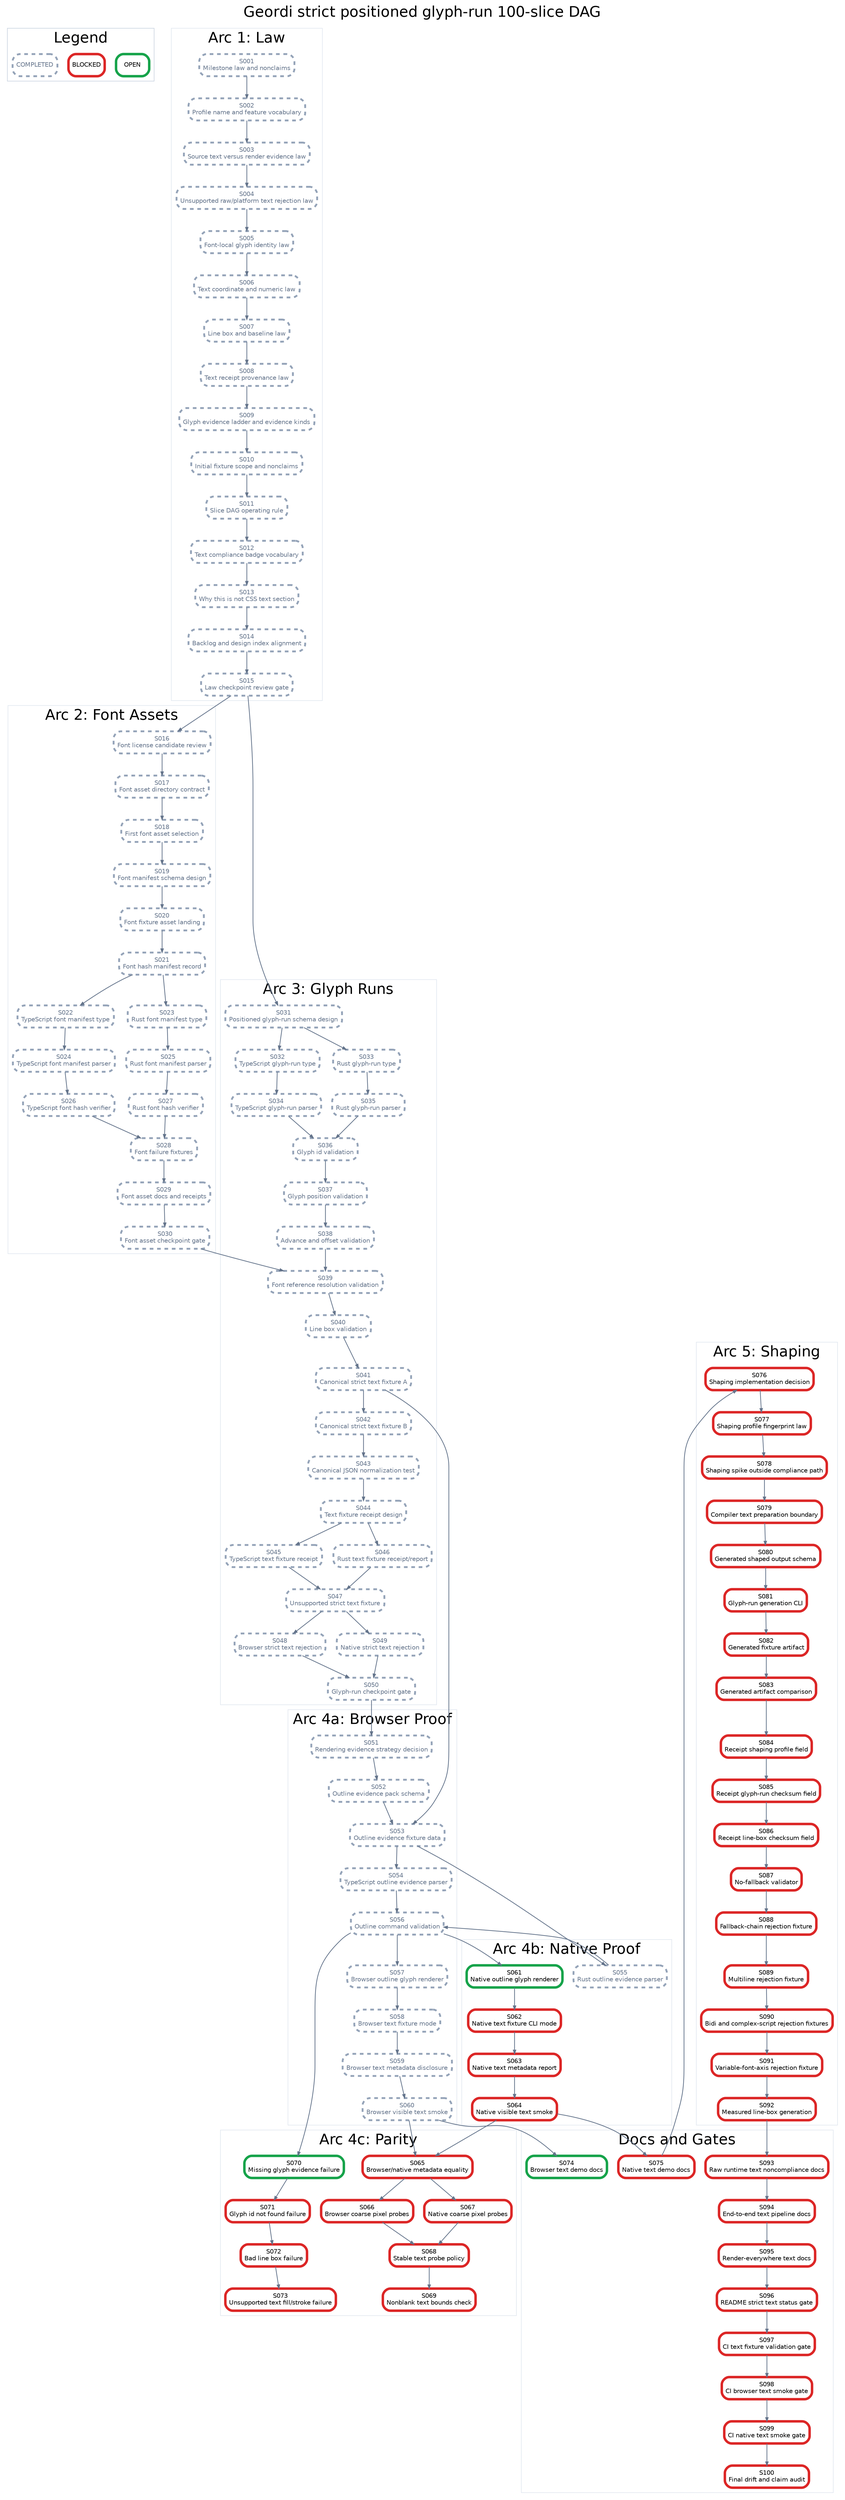
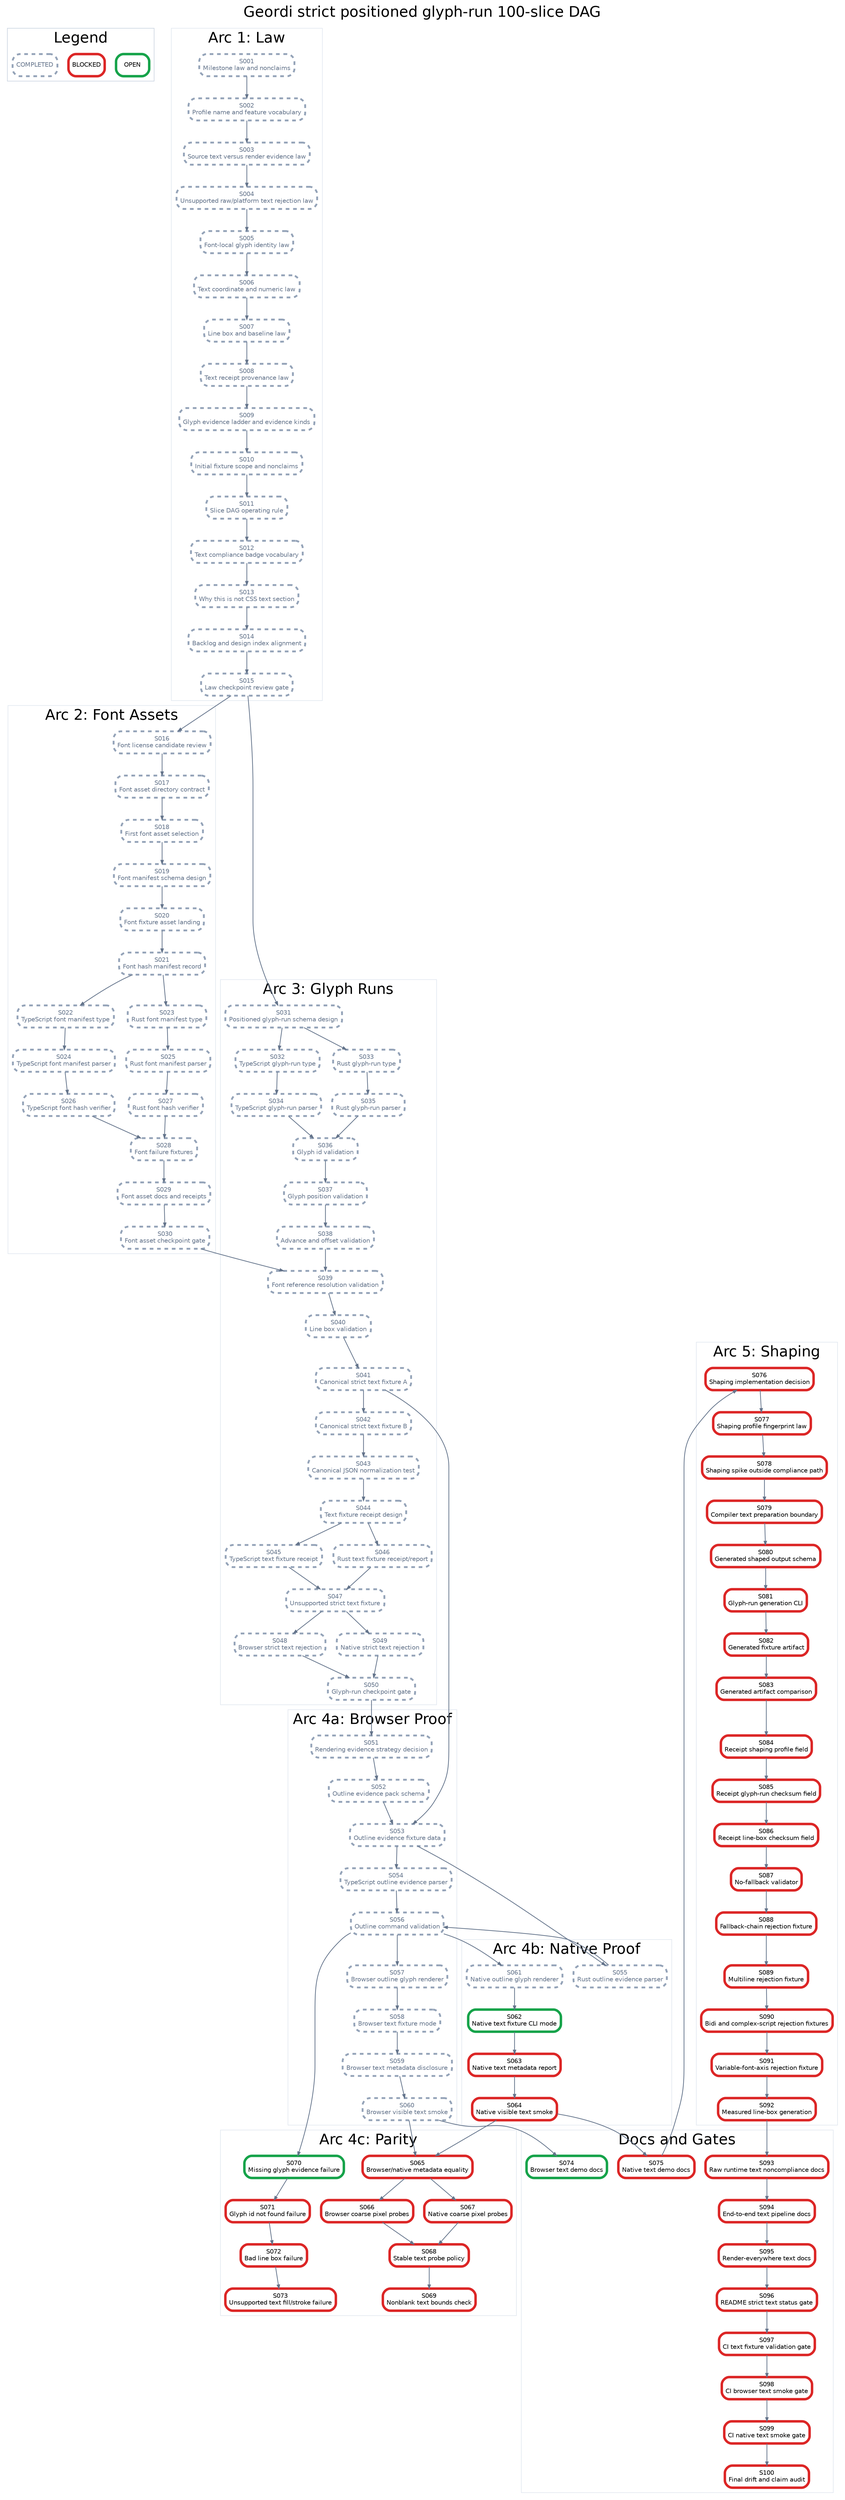
digraph StrictPositionedGlyphRunPlan {
  graph [rankdir=TB, bgcolor="white", fontname="Helvetica", label="Geordi strict positioned glyph-run 100-slice DAG", labelloc="t", fontsize=24];
  node [shape=box, style="rounded,filled", fillcolor="white", fontname="Helvetica", fontsize=10, margin="0.08,0.05"];
  edge [color="#64748b", arrowsize=0.6, penwidth=1.2];

  subgraph cluster_legend {
    label="Legend";
    color="#cbd5e1";
    legend_open [label="OPEN", color="#16a34a", penwidth=4];
    legend_blocked [label="BLOCKED", color="#dc2626", penwidth=4];
    legend_done [label="COMPLETED", color="#94a3b8", penwidth=3, style="rounded,filled,dashed", fontcolor="#64748b"];
  }

  subgraph cluster_law {
    label="Arc 1: Law";
    color="#e2e8f0";
    S001 [label="S001\nMilestone law and nonclaims", color="#94a3b8", penwidth=3, style="rounded,filled,dashed", fontcolor="#64748b"];
    S002 [label="S002\nProfile name and feature vocabulary", color="#94a3b8", penwidth=3, style="rounded,filled,dashed", fontcolor="#64748b"];
    S003 [label="S003\nSource text versus render evidence law", color="#94a3b8", penwidth=3, style="rounded,filled,dashed", fontcolor="#64748b"];
    S004 [label="S004\nUnsupported raw/platform text rejection law", color="#94a3b8", penwidth=3, style="rounded,filled,dashed", fontcolor="#64748b"];
    S005 [label="S005\nFont-local glyph identity law", color="#94a3b8", penwidth=3, style="rounded,filled,dashed", fontcolor="#64748b"];
    S006 [label="S006\nText coordinate and numeric law", color="#94a3b8", penwidth=3, style="rounded,filled,dashed", fontcolor="#64748b"];
    S007 [label="S007\nLine box and baseline law", color="#94a3b8", penwidth=3, style="rounded,filled,dashed", fontcolor="#64748b"];
    S008 [label="S008\nText receipt provenance law", color="#94a3b8", penwidth=3, style="rounded,filled,dashed", fontcolor="#64748b"];
    S009 [label="S009\nGlyph evidence ladder and evidence kinds", color="#94a3b8", penwidth=3, style="rounded,filled,dashed", fontcolor="#64748b"];
    S010 [label="S010\nInitial fixture scope and nonclaims", color="#94a3b8", penwidth=3, style="rounded,filled,dashed", fontcolor="#64748b"];
    S011 [label="S011\nSlice DAG operating rule", color="#94a3b8", penwidth=3, style="rounded,filled,dashed", fontcolor="#64748b"];
    S012 [label="S012\nText compliance badge vocabulary", color="#94a3b8", penwidth=3, style="rounded,filled,dashed", fontcolor="#64748b"];
    S013 [label="S013\nWhy this is not CSS text section", color="#94a3b8", penwidth=3, style="rounded,filled,dashed", fontcolor="#64748b"];
    S014 [label="S014\nBacklog and design index alignment", color="#94a3b8", penwidth=3, style="rounded,filled,dashed", fontcolor="#64748b"];
    S015 [label="S015\nLaw checkpoint review gate", color="#94a3b8", penwidth=3, style="rounded,filled,dashed", fontcolor="#64748b"];
  }

  subgraph cluster_assets {
    label="Arc 2: Font Assets";
    color="#e2e8f0";
    S016 [label="S016\nFont license candidate review", color="#94a3b8", penwidth=3, style="rounded,filled,dashed", fontcolor="#64748b"];
    S017 [label="S017\nFont asset directory contract", color="#94a3b8", penwidth=3, style="rounded,filled,dashed", fontcolor="#64748b"];
    S018 [label="S018\nFirst font asset selection", color="#94a3b8", penwidth=3, style="rounded,filled,dashed", fontcolor="#64748b"];
    S019 [label="S019\nFont manifest schema design", color="#94a3b8", penwidth=3, style="rounded,filled,dashed", fontcolor="#64748b"];
    S020 [label="S020\nFont fixture asset landing", color="#94a3b8", penwidth=3, style="rounded,filled,dashed", fontcolor="#64748b"];
    S021 [label="S021\nFont hash manifest record", color="#94a3b8", penwidth=3, style="rounded,filled,dashed", fontcolor="#64748b"];
    S022 [label="S022\nTypeScript font manifest type", color="#94a3b8", penwidth=3, style="rounded,filled,dashed", fontcolor="#64748b"];
    S023 [label="S023\nRust font manifest type", color="#94a3b8", penwidth=3, style="rounded,filled,dashed", fontcolor="#64748b"];
    S024 [label="S024\nTypeScript font manifest parser", color="#94a3b8", penwidth=3, style="rounded,filled,dashed", fontcolor="#64748b"];
    S025 [label="S025\nRust font manifest parser", color="#94a3b8", penwidth=3, style="rounded,filled,dashed", fontcolor="#64748b"];
    S026 [label="S026\nTypeScript font hash verifier", color="#94a3b8", penwidth=3, style="rounded,filled,dashed", fontcolor="#64748b"];
    S027 [label="S027\nRust font hash verifier", color="#94a3b8", penwidth=3, style="rounded,filled,dashed", fontcolor="#64748b"];
    S028 [label="S028\nFont failure fixtures", color="#94a3b8", penwidth=3, style="rounded,filled,dashed", fontcolor="#64748b"];
    S029 [label="S029\nFont asset docs and receipts", color="#94a3b8", penwidth=3, style="rounded,filled,dashed", fontcolor="#64748b"];
    S030 [label="S030\nFont asset checkpoint gate", color="#94a3b8", penwidth=3, style="rounded,filled,dashed", fontcolor="#64748b"];
  }

  subgraph cluster_glyph {
    label="Arc 3: Glyph Runs";
    color="#e2e8f0";
    S031 [label="S031\nPositioned glyph-run schema design", color="#94a3b8", penwidth=3, style="rounded,filled,dashed", fontcolor="#64748b"];
    S032 [label="S032\nTypeScript glyph-run type", color="#94a3b8", penwidth=3, style="rounded,filled,dashed", fontcolor="#64748b"];
    S033 [label="S033\nRust glyph-run type", color="#94a3b8", penwidth=3, style="rounded,filled,dashed", fontcolor="#64748b"];
    S034 [label="S034\nTypeScript glyph-run parser", color="#94a3b8", penwidth=3, style="rounded,filled,dashed", fontcolor="#64748b"];
    S035 [label="S035\nRust glyph-run parser", color="#94a3b8", penwidth=3, style="rounded,filled,dashed", fontcolor="#64748b"];
    S036 [label="S036\nGlyph id validation", color="#94a3b8", penwidth=3, style="rounded,filled,dashed", fontcolor="#64748b"];
    S037 [label="S037\nGlyph position validation", color="#94a3b8", penwidth=3, style="rounded,filled,dashed", fontcolor="#64748b"];
    S038 [label="S038\nAdvance and offset validation", color="#94a3b8", penwidth=3, style="rounded,filled,dashed", fontcolor="#64748b"];
    S039 [label="S039\nFont reference resolution validation", color="#94a3b8", penwidth=3, style="rounded,filled,dashed", fontcolor="#64748b"];
    S040 [label="S040\nLine box validation", color="#94a3b8", penwidth=3, style="rounded,filled,dashed", fontcolor="#64748b"];
    S041 [label="S041\nCanonical strict text fixture A", color="#94a3b8", penwidth=3, style="rounded,filled,dashed", fontcolor="#64748b"];
    S042 [label="S042\nCanonical strict text fixture B", color="#94a3b8", penwidth=3, style="rounded,filled,dashed", fontcolor="#64748b"];
    S043 [label="S043\nCanonical JSON normalization test", color="#94a3b8", penwidth=3, style="rounded,filled,dashed", fontcolor="#64748b"];
    S044 [label="S044\nText fixture receipt design", color="#94a3b8", penwidth=3, style="rounded,filled,dashed", fontcolor="#64748b"];
    S045 [label="S045\nTypeScript text fixture receipt", color="#94a3b8", penwidth=3, style="rounded,filled,dashed", fontcolor="#64748b"];
    S046 [label="S046\nRust text fixture receipt/report", color="#94a3b8", penwidth=3, style="rounded,filled,dashed", fontcolor="#64748b"];
    S047 [label="S047\nUnsupported strict text fixture", color="#94a3b8", penwidth=3, style="rounded,filled,dashed", fontcolor="#64748b"];
    S048 [label="S048\nBrowser strict text rejection", color="#94a3b8", penwidth=3, style="rounded,filled,dashed", fontcolor="#64748b"];
    S049 [label="S049\nNative strict text rejection", color="#94a3b8", penwidth=3, style="rounded,filled,dashed", fontcolor="#64748b"];
    S050 [label="S050\nGlyph-run checkpoint gate", color="#94a3b8", penwidth=3, style="rounded,filled,dashed", fontcolor="#64748b"];
  }

  subgraph cluster_browser {
    label="Arc 4a: Browser Proof";
    color="#e2e8f0";
    S051 [label="S051\nRendering evidence strategy decision", color="#94a3b8", penwidth=3, style="rounded,filled,dashed", fontcolor="#64748b"];
    S052 [label="S052\nOutline evidence pack schema", color="#94a3b8", penwidth=3, style="rounded,filled,dashed", fontcolor="#64748b"];
    S053 [label="S053\nOutline evidence fixture data", color="#94a3b8", penwidth=3, style="rounded,filled,dashed", fontcolor="#64748b"];
    S054 [label="S054\nTypeScript outline evidence parser", color="#94a3b8", penwidth=3, style="rounded,filled,dashed", fontcolor="#64748b"];
    S056 [label="S056\nOutline command validation", color="#94a3b8", penwidth=3, style="rounded,filled,dashed", fontcolor="#64748b"];
    S057 [label="S057\nBrowser outline glyph renderer", color="#94a3b8", penwidth=3, style="rounded,filled,dashed", fontcolor="#64748b"];
    S058 [label="S058\nBrowser text fixture mode", color="#94a3b8", penwidth=3, style="rounded,filled,dashed", fontcolor="#64748b"];
    S059 [label="S059\nBrowser text metadata disclosure", color="#94a3b8", penwidth=3, style="rounded,filled,dashed", fontcolor="#64748b"];
    S060 [label="S060\nBrowser visible text smoke", color="#94a3b8", penwidth=3, style="rounded,filled,dashed", fontcolor="#64748b"];
  }

  subgraph cluster_native {
    label="Arc 4b: Native Proof";
    color="#e2e8f0";
    S055 [label="S055\nRust outline evidence parser", color="#94a3b8", penwidth=3, style="rounded,filled,dashed", fontcolor="#64748b"];
-     S061 [label="S061\nNative outline glyph renderer", color="#16a34a", penwidth=4];
-     S062 [label="S062\nNative text fixture CLI mode", color="#dc2626", penwidth=4];
+     S061 [label="S061\nNative outline glyph renderer", color="#94a3b8", penwidth=3, style="rounded,filled,dashed", fontcolor="#64748b"];
+     S062 [label="S062\nNative text fixture CLI mode", color="#16a34a", penwidth=4];
    S063 [label="S063\nNative text metadata report", color="#dc2626", penwidth=4];
    S064 [label="S064\nNative visible text smoke", color="#dc2626", penwidth=4];
  }

  subgraph cluster_parity {
    label="Arc 4c: Parity";
    color="#e2e8f0";
    S065 [label="S065\nBrowser/native metadata equality", color="#dc2626", penwidth=4];
    S066 [label="S066\nBrowser coarse pixel probes", color="#dc2626", penwidth=4];
    S067 [label="S067\nNative coarse pixel probes", color="#dc2626", penwidth=4];
    S068 [label="S068\nStable text probe policy", color="#dc2626", penwidth=4];
    S069 [label="S069\nNonblank text bounds check", color="#dc2626", penwidth=4];
    S070 [label="S070\nMissing glyph evidence failure", color="#16a34a", penwidth=4];
    S071 [label="S071\nGlyph id not found failure", color="#dc2626", penwidth=4];
    S072 [label="S072\nBad line box failure", color="#dc2626", penwidth=4];
    S073 [label="S073\nUnsupported text fill/stroke failure", color="#dc2626", penwidth=4];
  }

  subgraph cluster_shaping {
    label="Arc 5: Shaping";
    color="#e2e8f0";
    S076 [label="S076\nShaping implementation decision", color="#dc2626", penwidth=4];
    S077 [label="S077\nShaping profile fingerprint law", color="#dc2626", penwidth=4];
    S078 [label="S078\nShaping spike outside compliance path", color="#dc2626", penwidth=4];
    S079 [label="S079\nCompiler text preparation boundary", color="#dc2626", penwidth=4];
    S080 [label="S080\nGenerated shaped output schema", color="#dc2626", penwidth=4];
    S081 [label="S081\nGlyph-run generation CLI", color="#dc2626", penwidth=4];
    S082 [label="S082\nGenerated fixture artifact", color="#dc2626", penwidth=4];
    S083 [label="S083\nGenerated artifact comparison", color="#dc2626", penwidth=4];
    S084 [label="S084\nReceipt shaping profile field", color="#dc2626", penwidth=4];
    S085 [label="S085\nReceipt glyph-run checksum field", color="#dc2626", penwidth=4];
    S086 [label="S086\nReceipt line-box checksum field", color="#dc2626", penwidth=4];
    S087 [label="S087\nNo-fallback validator", color="#dc2626", penwidth=4];
    S088 [label="S088\nFallback-chain rejection fixture", color="#dc2626", penwidth=4];
    S089 [label="S089\nMultiline rejection fixture", color="#dc2626", penwidth=4];
    S090 [label="S090\nBidi and complex-script rejection fixtures", color="#dc2626", penwidth=4];
    S091 [label="S091\nVariable-font-axis rejection fixture", color="#dc2626", penwidth=4];
    S092 [label="S092\nMeasured line-box generation", color="#dc2626", penwidth=4];
  }

  subgraph cluster_docs {
    label="Docs and Gates";
    color="#e2e8f0";
    S074 [label="S074\nBrowser text demo docs", color="#16a34a", penwidth=4];
    S075 [label="S075\nNative text demo docs", color="#dc2626", penwidth=4];
    S093 [label="S093\nRaw runtime text noncompliance docs", color="#dc2626", penwidth=4];
    S094 [label="S094\nEnd-to-end text pipeline docs", color="#dc2626", penwidth=4];
    S095 [label="S095\nRender-everywhere text docs", color="#dc2626", penwidth=4];
    S096 [label="S096\nREADME strict text status gate", color="#dc2626", penwidth=4];
    S097 [label="S097\nCI text fixture validation gate", color="#dc2626", penwidth=4];
    S098 [label="S098\nCI browser text smoke gate", color="#dc2626", penwidth=4];
    S099 [label="S099\nCI native text smoke gate", color="#dc2626", penwidth=4];
    S100 [label="S100\nFinal drift and claim audit", color="#dc2626", penwidth=4];
  }

  S001 -> S002;
  S002 -> S003;
  S003 -> S004;
  S004 -> S005;
  S005 -> S006;
  S006 -> S007;
  S007 -> S008;
  S008 -> S009;
  S009 -> S010;
  S010 -> S011;
  S011 -> S012;
  S012 -> S013;
  S013 -> S014;
  S014 -> S015;
  S015 -> S016;
  S016 -> S017;
  S017 -> S018;
  S018 -> S019;
  S019 -> S020;
  S020 -> S021;
  S021 -> S022;
  S021 -> S023;
  S022 -> S024;
  S023 -> S025;
  S024 -> S026;
  S025 -> S027;
  S026 -> S028;
  S027 -> S028;
  S028 -> S029;
  S029 -> S030;
  S015 -> S031;
  S031 -> S032;
  S031 -> S033;
  S032 -> S034;
  S033 -> S035;
  S034 -> S036;
  S035 -> S036;
  S036 -> S037;
  S037 -> S038;
  S038 -> S039;
  S039 -> S040;
  S030 -> S039;
  S040 -> S041;
  S041 -> S042;
  S042 -> S043;
  S043 -> S044;
  S044 -> S045;
  S044 -> S046;
  S045 -> S047;
  S046 -> S047;
  S047 -> S048;
  S047 -> S049;
  S048 -> S050;
  S049 -> S050;
  S050 -> S051;
  S051 -> S052;
  S052 -> S053;
  S041 -> S053;
  S053 -> S054;
  S053 -> S055;
  S054 -> S056;
  S055 -> S056;
  S056 -> S057;
  S057 -> S058;
  S058 -> S059;
  S059 -> S060;
  S056 -> S061;
  S061 -> S062;
  S062 -> S063;
  S063 -> S064;
  S060 -> S065;
  S064 -> S065;
  S065 -> S066;
  S065 -> S067;
  S066 -> S068;
  S067 -> S068;
  S068 -> S069;
  S056 -> S070;
  S070 -> S071;
  S071 -> S072;
  S072 -> S073;
  S060 -> S074;
  S064 -> S075;
  S075 -> S076;
  S076 -> S077;
  S077 -> S078;
  S078 -> S079;
  S079 -> S080;
  S080 -> S081;
  S081 -> S082;
  S082 -> S083;
  S083 -> S084;
  S084 -> S085;
  S085 -> S086;
  S086 -> S087;
  S087 -> S088;
  S088 -> S089;
  S089 -> S090;
  S090 -> S091;
  S091 -> S092;
  S092 -> S093;
  S093 -> S094;
  S094 -> S095;
  S095 -> S096;
  S096 -> S097;
  S097 -> S098;
  S098 -> S099;
  S099 -> S100;
}
